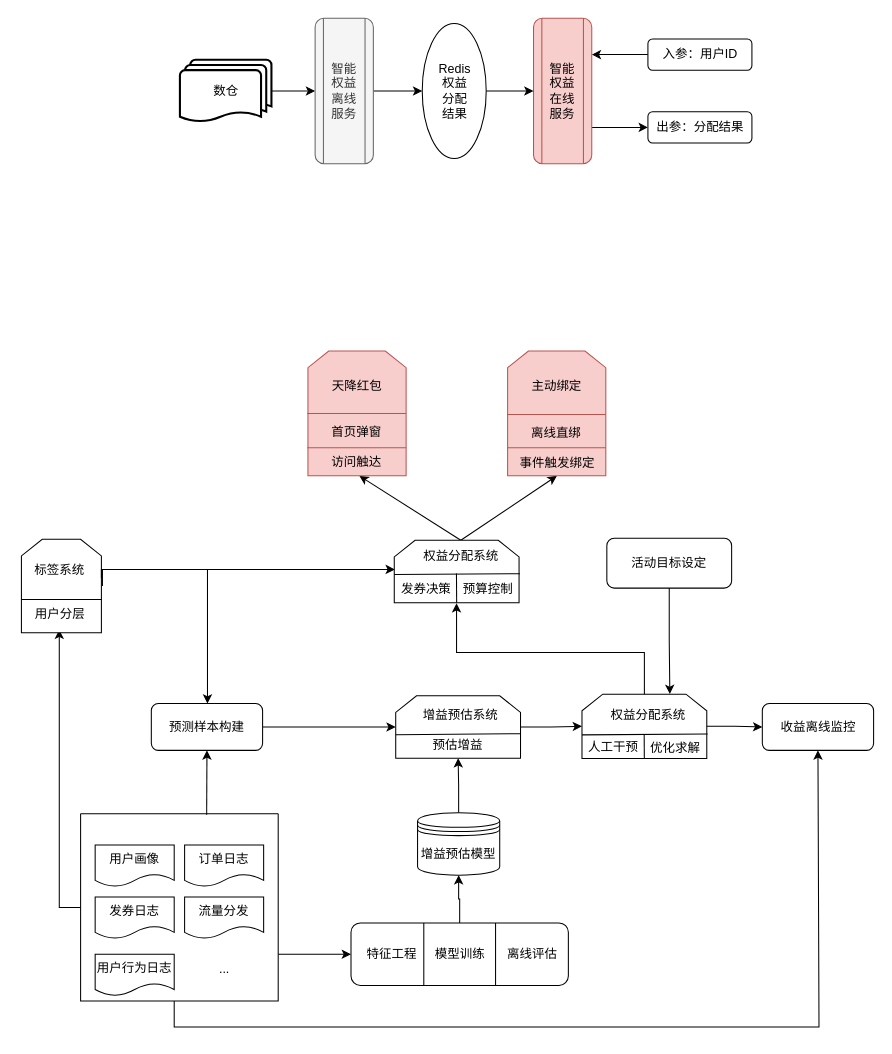
This is 小程序TRD.drawio from JintaiYang/drawio, a draw.io file, before an edit. Source tidied: cells renumbered, new cells numbered last; positions are measured from the earlier drawing's top-left corner, leaving out a move shared by most shapes. Both pictures are drawn from the tidied source at 104%, with x=0, y=0 at pixel (18, 18).
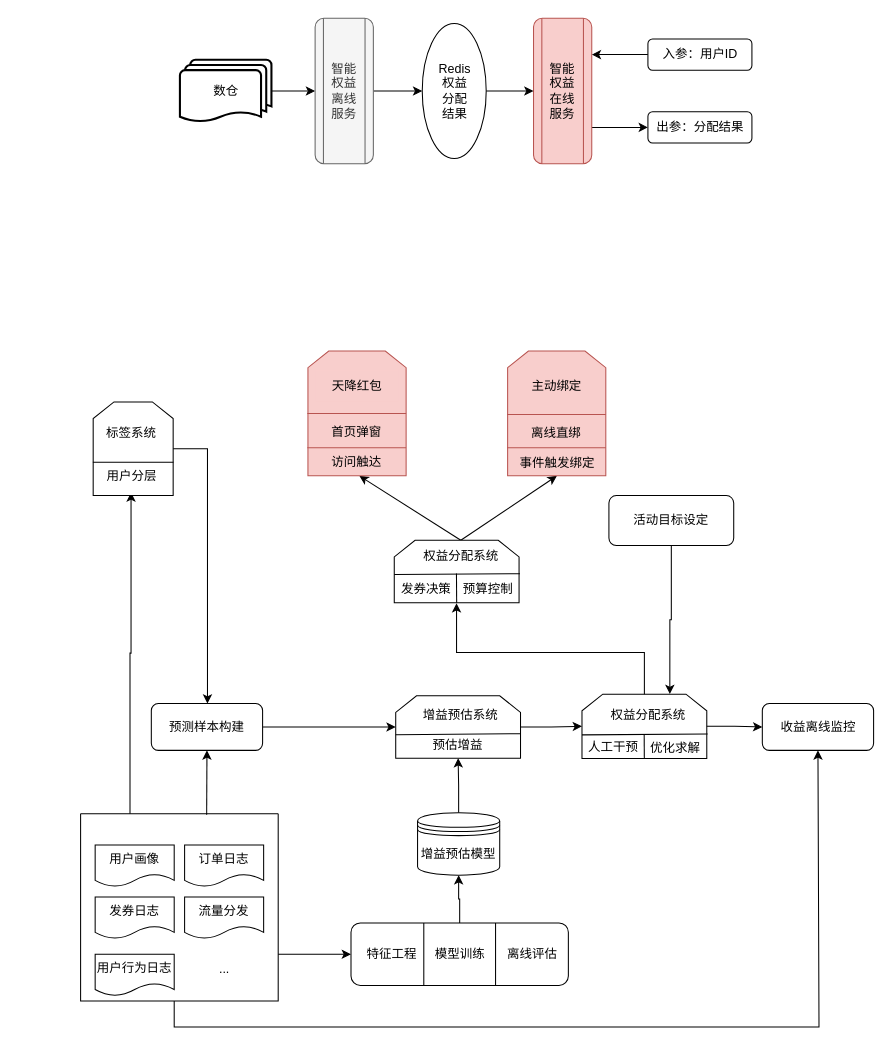
Above is the later version.

Commit message (it also covers changes not shown here):
更新小程序TRD.drawio

Unchanged cells that the change refers to:
```xml
<mxCell id="16" style="swimlane;startSize=0;rounded=1;arcSize=38;" parent="1" vertex="1">
  <mxGeometry x="60" y="765" width="190" height="180" as="geometry" />
</mxCell>
<mxCell id="25" value="预测样本构建" style="rounded=1;whiteSpace=wrap;html=1;" parent="1" vertex="1">
  <mxGeometry x="128" y="659" width="107" height="45" as="geometry" />
</mxCell>
<mxCell id="65" style="shape=loopLimit;whiteSpace=wrap;html=1;rounded=0;sketch=0;size=20;" parent="1" vertex="1">
  <mxGeometry x="361.6" y="502" width="120" height="60" as="geometry" />
</mxCell>
```

Diff of the diagram source:
```diff
@@
-    <mxCell id="13" style="edgeStyle=orthogonalEdgeStyle;rounded=0;jettySize=auto;html=1;exitX=0;exitY=0.5;exitDx=0;exitDy=0;strokeWidth=1;" parent="1" edge="1" source="16" target="36">
+    <mxCell id="13" style="edgeStyle=orthogonalEdgeStyle;rounded=0;jettySize=auto;html=1;exitX=0.25;exitY=0;exitDx=0;exitDy=0;strokeWidth=1;" parent="1" edge="1" source="16" target="36">
       <mxGeometry relative="1" as="geometry" />
     </mxCell>
@@
     <mxCell id="30" value="活动目标设定" style="rounded=1;whiteSpace=wrap;html=1;glass=0;sketch=0;strokeWidth=1;" parent="1" vertex="1">
-      <mxGeometry x="566" y="500" width="120" height="48" as="geometry" />
+      <mxGeometry x="568" y="459" width="120" height="48" as="geometry" />
     </mxCell>
     <mxCell id="31" style="shape=loopLimit;whiteSpace=wrap;html=1;rounded=0;sketch=0;size=20;" parent="1" vertex="1">
-      <mxGeometry x="3.1" y="501" width="76.9" height="90" as="geometry" />
+      <mxGeometry x="72.1" y="369" width="76.9" height="90" as="geometry" />
     </mxCell>
-    <mxCell id="32" style="edgeStyle=orthogonalEdgeStyle;rounded=0;jettySize=auto;html=1;exitX=1;exitY=0.75;exitDx=0;exitDy=0;strokeWidth=1;" parent="1" edge="1" source="34" target="25">
+    <mxCell id="32" style="edgeStyle=orthogonalEdgeStyle;rounded=0;jettySize=auto;html=1;strokeWidth=1;exitX=1;exitY=0.5;exitDx=0;exitDy=0;" parent="1" edge="1" source="31" target="25">
       <mxGeometry relative="1" as="geometry">
         <Array as="points">
-          <mxPoint x="80" y="530" />
-          <mxPoint x="182" y="530" />
+          <mxPoint x="182" y="414" />
         </Array>
       </mxGeometry>
     </mxCell>
-    <mxCell id="33" style="edgeStyle=orthogonalEdgeStyle;rounded=0;jettySize=auto;html=1;exitX=1;exitY=1;exitDx=0;exitDy=0;strokeWidth=1;entryX=0.005;entryY=0.467;entryDx=0;entryDy=0;entryPerimeter=0;" parent="1" edge="1" target="65">
-      <mxGeometry relative="1" as="geometry">
-        <mxPoint x="81" y="546" as="sourcePoint" />
-        <Array as="points">
-          <mxPoint x="81" y="530" />
-        </Array>
-      </mxGeometry>
-    </mxCell>
     <mxCell id="34" value="标签系统" style="text;html=1;strokeColor=none;fillColor=none;align=center;verticalAlign=middle;whiteSpace=wrap;rounded=0;sketch=0;" parent="1" vertex="1">
-      <mxGeometry y="516" width="80" height="30" as="geometry" />
+      <mxGeometry x="69" y="384" width="80" height="30" as="geometry" />
     </mxCell>
     <mxCell id="35" style="endArrow=none;html=1;rounded=0;exitX=-0.01;exitY=0.572;exitDx=0;exitDy=0;exitPerimeter=0;" parent="1" edge="1">
       <mxGeometry relative="1" as="geometry">
-        <mxPoint x="2.8" y="558.9" as="sourcePoint" />
-        <mxPoint x="80.3" y="558.9" as="targetPoint" />
+        <mxPoint x="71.8" y="426.9" as="sourcePoint" />
+        <mxPoint x="149.3" y="426.9" as="targetPoint" />
       </mxGeometry>
     </mxCell>
     <mxCell id="36" value="用户分层" style="text;html=1;align=center;verticalAlign=middle;points=[];strokeColor=none;fillColor=none;" parent="1" vertex="1">
-      <mxGeometry x="4.5" y="558" width="70" height="30" as="geometry" />
+      <mxGeometry x="73.5" y="426" width="70" height="30" as="geometry" />
     </mxCell>
```
